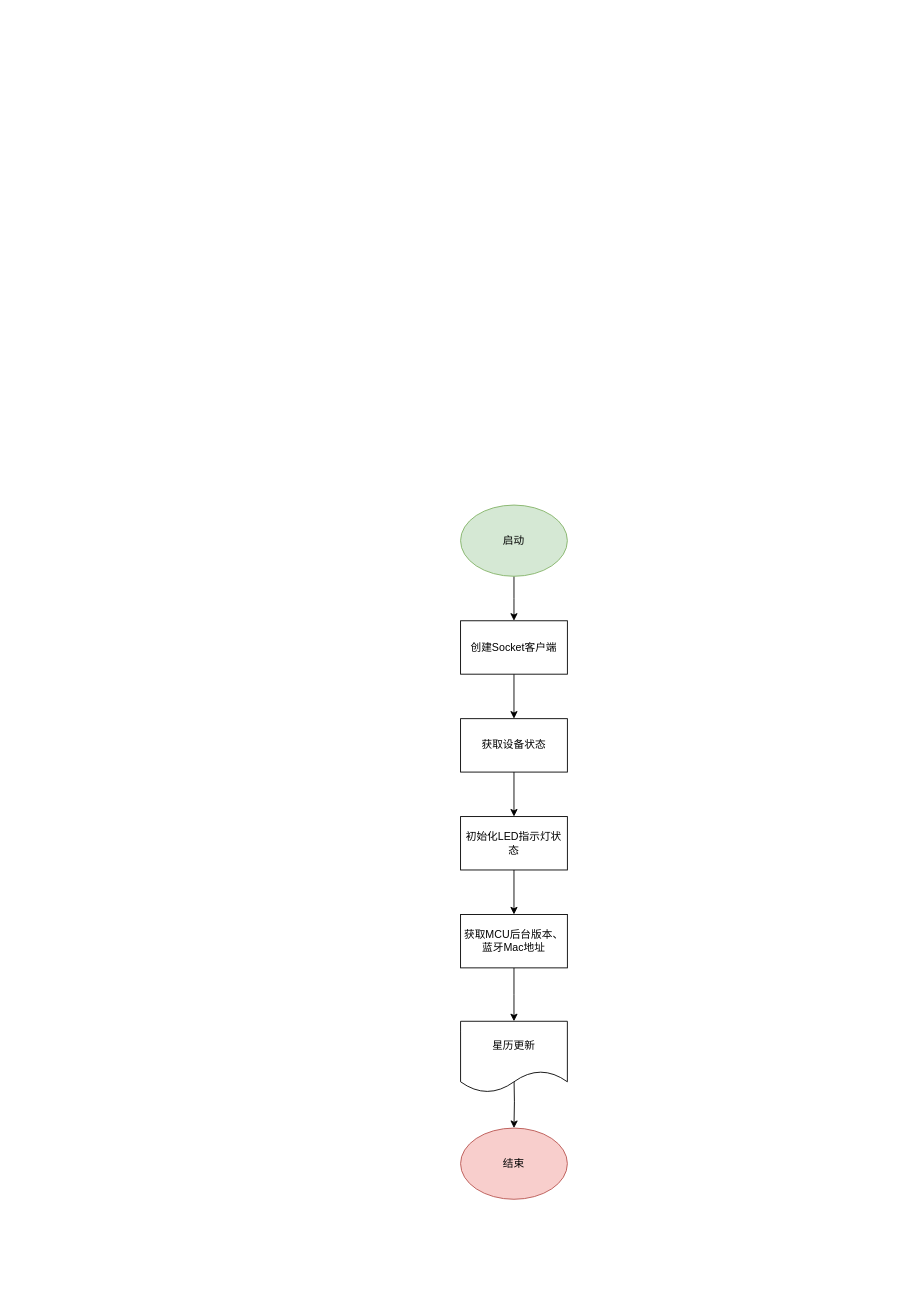
This is page "主控程序启动" (9 of 25) of 隐身保arm版-业务流程-V1.0-20221028-1.drawio from kyphoon/ysb_drawio_tree, a draw.io file, before an edit. Source tidied: cells renumbered, new cells numbered last; positions are measured from the earlier drawing's top-left corner, leaving out a move shared by most shapes. Both pictures are drawn from the tidied source at 89%, with x=0, y=0 at pixel (460, 505).
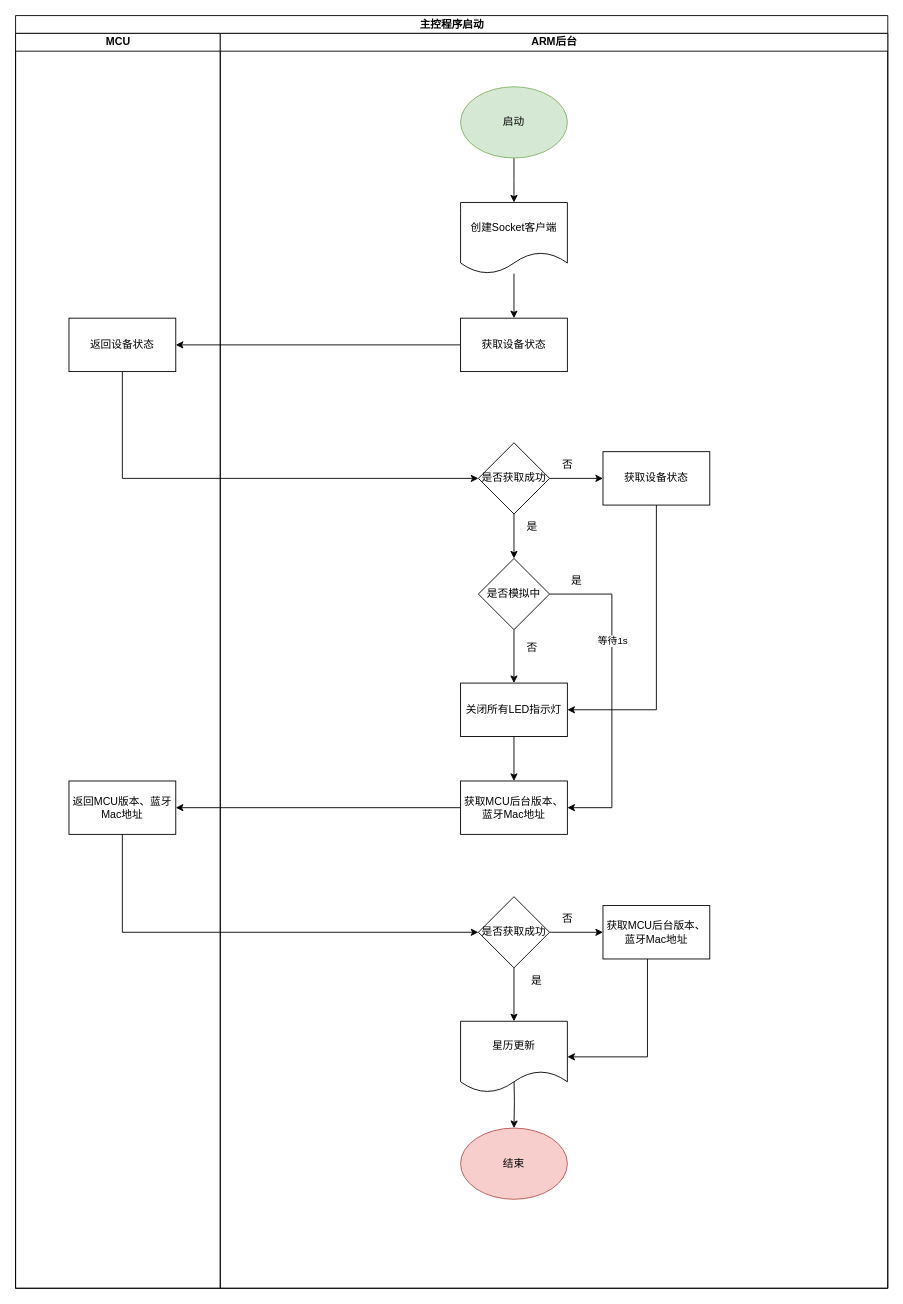
The same diagram, later.

The change refers to these unchanged cells:
```xml
<mxCell id="14" value="星历更新" style="shape=document;whiteSpace=wrap;html=1;boundedLbl=1;fontColor=#000000;" parent="1" vertex="1">
  <mxGeometry y="580" width="120" height="80" as="geometry" />
</mxCell>
```

Diff of the diagram source:
```diff
@@
+    <mxCell id="15" value="主控程序启动" style="swimlane;startSize=20;html=1;" parent="1" vertex="1">
+      <mxGeometry x="-500" y="-550" width="980" height="1430" as="geometry" />
+    </mxCell>
+    <mxCell id="16" value="MCU" style="swimlane;startSize=20;html=1;" parent="15" vertex="1">
+      <mxGeometry y="20" width="230" height="1410" as="geometry" />
+    </mxCell>
+    <mxCell id="17" value="返回设备状态" style="whiteSpace=wrap;html=1;" parent="16" vertex="1">
+      <mxGeometry x="60" y="320" width="120" height="60" as="geometry" />
+    </mxCell>
+    <mxCell id="18" value="返回MCU版本、蓝牙Mac地址" style="whiteSpace=wrap;html=1;" parent="16" vertex="1">
+      <mxGeometry x="60" y="840" width="120" height="60" as="geometry" />
+    </mxCell>
+    <mxCell id="19" style="edgeStyle=orthogonalEdgeStyle;rounded=0;jettySize=auto;html=1;" parent="15" edge="1" source="7" target="17">
+      <mxGeometry relative="1" as="geometry" />
+    </mxCell>
+    <mxCell id="20" style="edgeStyle=orthogonalEdgeStyle;rounded=0;jettySize=auto;html=1;entryX=0;entryY=0.5;entryDx=0;entryDy=0;" parent="15" edge="1" source="17" target="27">
+      <mxGeometry relative="1" as="geometry">
+        <Array as="points">
+          <mxPoint x="120" y="520" />
+        </Array>
+      </mxGeometry>
+    </mxCell>
+    <mxCell id="21" style="edgeStyle=orthogonalEdgeStyle;rounded=0;jettySize=auto;html=1;entryX=1;entryY=0.5;entryDx=0;entryDy=0;" parent="15" edge="1" source="11" target="18">
+      <mxGeometry relative="1" as="geometry" />
+    </mxCell>
+    <mxCell id="22" style="edgeStyle=orthogonalEdgeStyle;rounded=0;jettySize=auto;html=1;entryX=0;entryY=0.5;entryDx=0;entryDy=0;" parent="15" edge="1" source="18" target="38">
+      <mxGeometry relative="1" as="geometry">
+        <Array as="points">
+          <mxPoint x="120" y="1030" />
+        </Array>
+      </mxGeometry>
+    </mxCell>
+    <mxCell id="23" value="ARM后台" style="swimlane;startSize=20;html=1;" parent="15" vertex="1">
+      <mxGeometry x="230" y="20" width="750" height="1410" as="geometry" />
+    </mxCell>
-    <mxCell id="2" style="edgeStyle=orthogonalEdgeStyle;rounded=0;jettySize=auto;html=1;" parent="1" edge="1" source="3">
+    <mxCell id="2" style="edgeStyle=orthogonalEdgeStyle;rounded=0;jettySize=auto;html=1;" parent="23" edge="1" source="3">
       <mxGeometry relative="1" as="geometry">
-        <mxPoint x="60" y="130" as="targetPoint" />
+        <mxPoint x="330" y="190" as="targetPoint" />
       </mxGeometry>
     </mxCell>
-    <mxCell id="3" value="启动" style="ellipse;whiteSpace=wrap;html=1;fillColor=#d5e8d4;strokeColor=#82b366;" parent="1" vertex="1">
-      <mxGeometry width="120" height="80" as="geometry" />
+    <mxCell id="3" value="启动" style="ellipse;whiteSpace=wrap;html=1;fillColor=#d5e8d4;strokeColor=#82b366;" parent="23" vertex="1">
+      <mxGeometry x="270" y="60" width="120" height="80" as="geometry" />
     </mxCell>
-    <mxCell id="4" style="edgeStyle=orthogonalEdgeStyle;rounded=0;orthogonalLoop=1;jettySize=auto;html=1;" parent="1" edge="1">
-      <mxGeometry relative="1" as="geometry">
-        <mxPoint x="60" y="190" as="sourcePoint" />
-        <mxPoint x="60" y="240" as="targetPoint" />
-      </mxGeometry>
-    </mxCell>
+    <mxCell id="7" value="获取设备状态" style="rounded=0;whiteSpace=wrap;html=1;" parent="23" vertex="1">
+      <mxGeometry x="270" y="320" width="120" height="60" as="geometry" />
+    </mxCell>
+    <mxCell id="9" value="关闭所有LED指示灯" style="whiteSpace=wrap;html=1;rounded=0;" parent="23" vertex="1">
+      <mxGeometry x="270" y="730" width="120" height="60" as="geometry" />
+    </mxCell>
+    <mxCell id="11" value="获取MCU后台版本、蓝牙Mac地址" style="whiteSpace=wrap;html=1;rounded=0;" parent="23" vertex="1">
+      <mxGeometry x="270" y="840" width="120" height="60" as="geometry" />
+    </mxCell>
+    <mxCell id="8" style="edgeStyle=orthogonalEdgeStyle;rounded=0;jettySize=auto;html=1;" parent="23" edge="1" source="9" target="11">
+      <mxGeometry relative="1" as="geometry" />
+    </mxCell>
+    <mxCell id="24" style="edgeStyle=orthogonalEdgeStyle;rounded=0;jettySize=auto;html=1;" parent="23" edge="1" source="5" target="7">
+      <mxGeometry relative="1" as="geometry" />
+    </mxCell>
-    <mxCell id="5" value="创建Socket客户端" style="rounded=0;whiteSpace=wrap;html=1;" parent="1" vertex="1">
-      <mxGeometry y="130" width="120" height="60" as="geometry" />
+    <mxCell id="5" value="创建Socket客户端" style="shape=document;whiteSpace=wrap;html=1;boundedLbl=1;" parent="23" vertex="1">
+      <mxGeometry x="270" y="190" width="120" height="80" as="geometry" />
     </mxCell>
-    <mxCell id="6" style="edgeStyle=orthogonalEdgeStyle;rounded=0;jettySize=auto;html=1;" parent="1" edge="1" source="7" target="9">
-      <mxGeometry relative="1" as="geometry" />
-    </mxCell>
-    <mxCell id="7" value="获取设备状态" style="rounded=0;whiteSpace=wrap;html=1;" parent="1" vertex="1">
-      <mxGeometry y="240" width="120" height="60" as="geometry" />
-    </mxCell>
-    <mxCell id="8" style="edgeStyle=orthogonalEdgeStyle;rounded=0;jettySize=auto;html=1;" parent="1" edge="1" source="9" target="11">
-      <mxGeometry relative="1" as="geometry" />
-    </mxCell>
-    <mxCell id="9" value="初始化LED指示灯状态" style="whiteSpace=wrap;html=1;rounded=0;" parent="1" vertex="1">
-      <mxGeometry y="350" width="120" height="60" as="geometry" />
-    </mxCell>
-    <mxCell id="10" style="edgeStyle=orthogonalEdgeStyle;rounded=0;jettySize=auto;html=1;fontColor=#000000;" parent="1" edge="1" source="11">
-      <mxGeometry relative="1" as="geometry">
-        <mxPoint x="60" y="580" as="targetPoint" />
-      </mxGeometry>
-    </mxCell>
-    <mxCell id="11" value="获取MCU后台版本、蓝牙Mac地址" style="whiteSpace=wrap;html=1;rounded=0;" parent="1" vertex="1">
-      <mxGeometry y="460" width="120" height="60" as="geometry" />
-    </mxCell>
+    <mxCell id="25" style="edgeStyle=orthogonalEdgeStyle;rounded=0;jettySize=auto;html=1;" parent="23" edge="1" source="27" target="29">
+      <mxGeometry relative="1" as="geometry" />
+    </mxCell>
+    <mxCell id="26" style="edgeStyle=orthogonalEdgeStyle;rounded=0;jettySize=auto;html=1;" parent="23" edge="1" source="27" target="35">
+      <mxGeometry relative="1" as="geometry" />
+    </mxCell>
+    <mxCell id="27" value="是否获取成功" style="rhombus;whiteSpace=wrap;html=1;" parent="23" vertex="1">
+      <mxGeometry x="290" y="460" width="80" height="80" as="geometry" />
+    </mxCell>
+    <mxCell id="28" style="edgeStyle=orthogonalEdgeStyle;rounded=0;jettySize=auto;html=1;" parent="23" edge="1" source="29" target="9">
+      <mxGeometry relative="1" as="geometry">
+        <Array as="points">
+          <mxPoint x="490" y="760" />
+        </Array>
+      </mxGeometry>
+    </mxCell>
+    <mxCell id="29" value="获取设备状态" style="whiteSpace=wrap;html=1;" parent="23" vertex="1">
+      <mxGeometry x="430" y="470" width="120" height="60" as="geometry" />
+    </mxCell>
+    <mxCell id="30" value="否" style="text;html=1;align=center;verticalAlign=middle;strokeColor=none;fillColor=none;" parent="23" vertex="1">
+      <mxGeometry x="370" y="470" width="40" height="30" as="geometry" />
+    </mxCell>
+    <mxCell id="31" value="是" style="text;html=1;align=center;verticalAlign=middle;strokeColor=none;fillColor=none;" parent="23" vertex="1">
+      <mxGeometry x="330" y="540" width="40" height="30" as="geometry" />
+    </mxCell>
+    <mxCell id="32" style="edgeStyle=orthogonalEdgeStyle;rounded=0;jettySize=auto;html=1;" parent="23" edge="1" source="35" target="9">
+      <mxGeometry relative="1" as="geometry" />
+    </mxCell>
+    <mxCell id="33" style="edgeStyle=orthogonalEdgeStyle;rounded=0;jettySize=auto;html=1;entryX=1;entryY=0.5;entryDx=0;entryDy=0;" parent="23" edge="1" source="35" target="11">
+      <mxGeometry relative="1" as="geometry">
+        <Array as="points">
+          <mxPoint x="440" y="630" />
+          <mxPoint x="440" y="870" />
+        </Array>
+      </mxGeometry>
+    </mxCell>
+    <mxCell id="34" value="等待1s" style="edgeLabel;html=1;align=center;verticalAlign=middle;" parent="33" vertex="1">
+      <mxGeometry x="-0.32" relative="1" as="geometry" />
+    </mxCell>
+    <mxCell id="35" value="是否模拟中" style="rhombus;whiteSpace=wrap;html=1;" parent="23" vertex="1">
+      <mxGeometry x="290" y="590" width="80" height="80" as="geometry" />
+    </mxCell>
+    <mxCell id="36" value="是" style="text;html=1;align=center;verticalAlign=middle;strokeColor=none;fillColor=none;" parent="23" vertex="1">
+      <mxGeometry x="380" y="600" width="40" height="30" as="geometry" />
+    </mxCell>
+    <mxCell id="37" style="edgeStyle=orthogonalEdgeStyle;rounded=0;jettySize=auto;html=1;" parent="23" edge="1" source="38" target="39">
+      <mxGeometry relative="1" as="geometry" />
+    </mxCell>
+    <mxCell id="38" value="是否获取成功" style="rhombus;whiteSpace=wrap;html=1;" parent="23" vertex="1">
+      <mxGeometry x="290" y="970" width="80" height="80" as="geometry" />
+    </mxCell>
+    <mxCell id="39" value="获取MCU后台版本、蓝牙Mac地址" style="whiteSpace=wrap;html=1;rounded=0;" parent="23" vertex="1">
+      <mxGeometry x="430" y="980" width="120" height="60" as="geometry" />
+    </mxCell>
+    <mxCell id="40" value="否" style="text;html=1;align=center;verticalAlign=middle;strokeColor=none;fillColor=none;" parent="23" vertex="1">
+      <mxGeometry x="370" y="980" width="40" height="30" as="geometry" />
+    </mxCell>
+    <mxCell id="41" value="是" style="text;html=1;align=center;verticalAlign=middle;strokeColor=none;fillColor=none;" parent="23" vertex="1">
+      <mxGeometry x="335" y="1050" width="40" height="30" as="geometry" />
+    </mxCell>
+    <mxCell id="42" value="否" style="text;html=1;align=center;verticalAlign=middle;strokeColor=none;fillColor=none;" parent="1" vertex="1">
+      <mxGeometry x="60" y="145" width="40" height="30" as="geometry" />
+    </mxCell>
@@
+    <mxCell id="43" style="edgeStyle=orthogonalEdgeStyle;rounded=0;jettySize=auto;html=1;" parent="1" edge="1" source="38" target="14">
+      <mxGeometry relative="1" as="geometry" />
+    </mxCell>
+    <mxCell id="44" style="edgeStyle=orthogonalEdgeStyle;rounded=0;jettySize=auto;html=1;" parent="1" edge="1" source="39" target="14">
+      <mxGeometry relative="1" as="geometry">
+        <Array as="points">
+          <mxPoint x="210" y="620" />
+        </Array>
+      </mxGeometry>
+    </mxCell>
```
